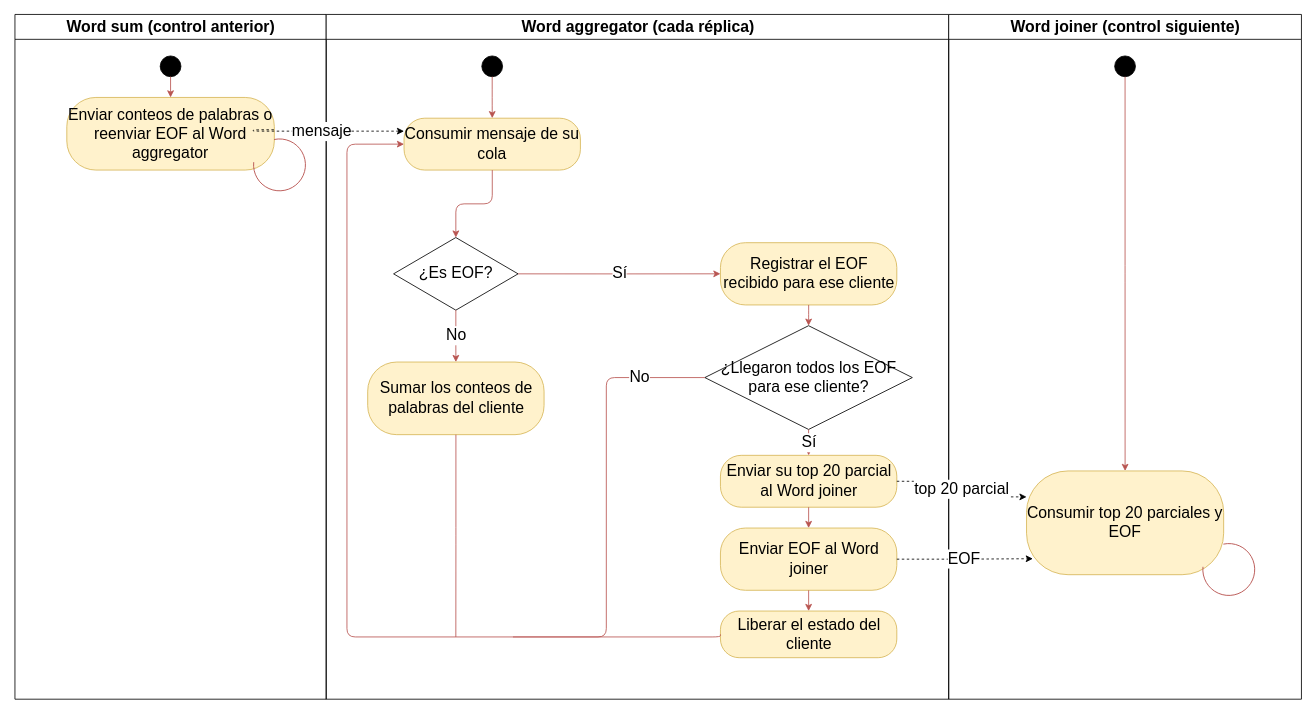
This is diseño/diagramas/actividades.drawio from LuccaMarino/tp-grupal_Distribuidos, a draw.io file, before an edit. Source tidied: cells renumbered, new cells numbered last; positions are measured from the earlier drawing's top-left corner, leaving out a move shared by most shapes. Both pictures are drawn from the tidied source at 83%, with x=0, y=0 at pixel (14, 14).
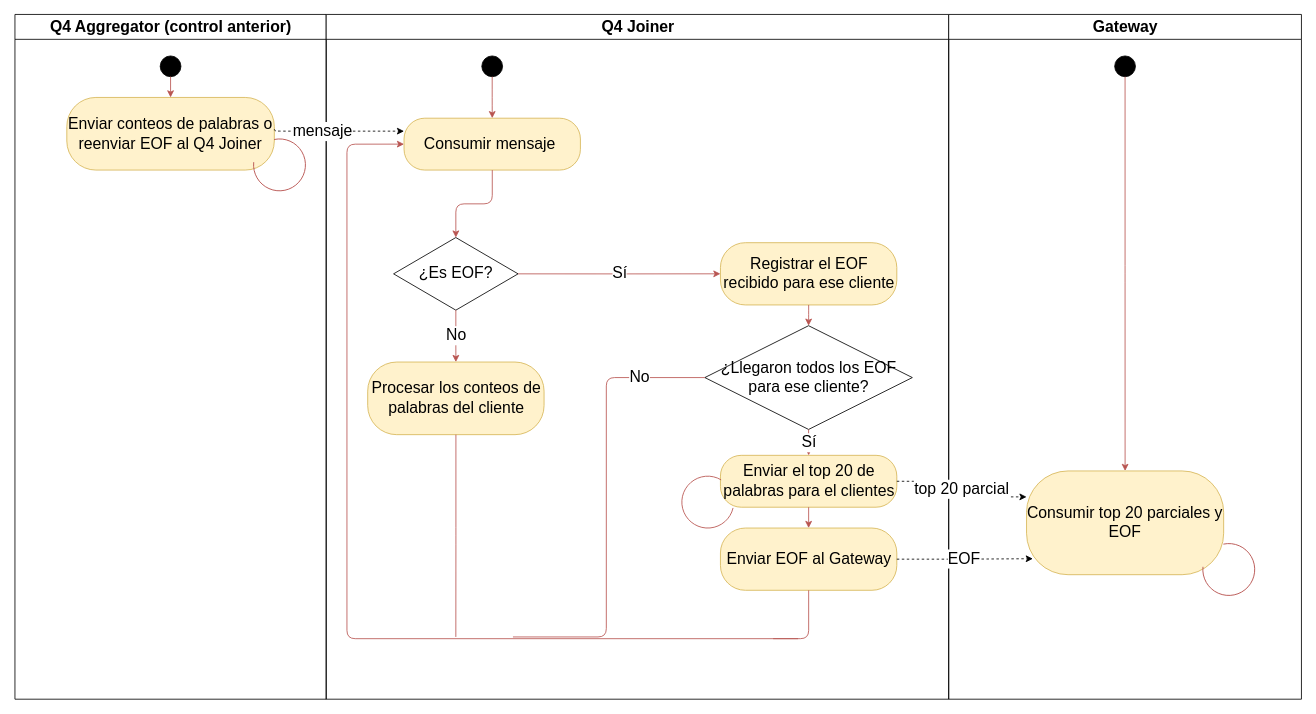
After the change.

Diff of the diagram source:
```diff
@@
-    <mxCell id="2" value="Word sum (control anterior)" style="swimlane;html=1;startSize=30;fontStyle=1;fontSize=19;" parent="1" vertex="1">
-      <mxGeometry x="0.5" y="-0.1" width="375" height="825" as="geometry" />
-    </mxCell>
+    <mxCell id="36" value="Q4 Aggregator (control anterior)" style="swimlane;html=1;startSize=30;fontStyle=1;fontSize=19;" parent="1" vertex="1">
+      <mxGeometry x="0.5" y="-0.1" width="375" height="825" as="geometry" />
+    </mxCell>
-    <mxCell id="3" style="ellipse;fillColor=#000000;strokeColor=#000000;html=1;" parent="2" vertex="1">
+    <mxCell id="3" style="ellipse;fillColor=#000000;strokeColor=#000000;html=1;" parent="36" vertex="1">
       <mxGeometry x="175" y="50" width="25" height="25" as="geometry" />
     </mxCell>
-    <mxCell id="4" value="Enviar conteos de palabras o reenviar EOF al Word aggregator" style="rounded=1;arcSize=40;whiteSpace=wrap;html=1;fillColor=#fff2cc;strokeColor=#d6b656;fontSize=19;" parent="2" vertex="1">
-      <mxGeometry x="62.5" y="100" width="250" height="87.5" as="geometry" />
-    </mxCell>
+    <mxCell id="37" value="Enviar conteos de palabras o reenviar EOF al Q4 Joiner" style="rounded=1;arcSize=40;whiteSpace=wrap;html=1;fillColor=#fff2cc;strokeColor=#d6b656;fontSize=19;" parent="36" vertex="1">
+      <mxGeometry x="62.5" y="100" width="250" height="87.5" as="geometry" />
+    </mxCell>
-    <mxCell id="5" style="shape=mxgraph.basic.arc;html=1;startAngle=0.3;endAngle=0.1;endArrow=classic;endFill=1;rotation=-120;strokeColor=#b85450;" parent="2" vertex="1">
+    <mxCell id="5" style="shape=mxgraph.basic.arc;html=1;startAngle=0.3;endAngle=0.1;endArrow=classic;endFill=1;rotation=-120;strokeColor=#b85450;" parent="36" vertex="1">
       <mxGeometry x="287.5" y="150" width="62.5" height="62.5" as="geometry" />
     </mxCell>
-    <mxCell id="6" value="Word aggregator (cada réplica)" style="swimlane;html=1;startSize=30;fontStyle=1;fontSize=19;" parent="1" vertex="1">
-      <mxGeometry x="375.5" y="-0.1" width="750" height="825" as="geometry" />
-    </mxCell>
-    <mxCell id="7" value="Consumir mensaje de su cola" style="rounded=1;arcSize=40;whiteSpace=wrap;html=1;fillColor=#fff2cc;strokeColor=#d6b656;fontSize=19;" parent="6" vertex="1">
-      <mxGeometry x="93.8" y="125" width="212.5" height="62.5" as="geometry" />
-    </mxCell>
+    <mxCell id="38" value="Q4 Joiner" style="swimlane;html=1;startSize=30;fontStyle=1;fontSize=19;" parent="1" vertex="1">
+      <mxGeometry x="375.5" y="-0.1" width="750" height="825" as="geometry" />
+    </mxCell>
+    <mxCell id="39" value="Consumir mensaje&amp;nbsp;" style="rounded=1;arcSize=40;whiteSpace=wrap;html=1;fillColor=#fff2cc;strokeColor=#d6b656;fontSize=19;" parent="38" vertex="1">
+      <mxGeometry x="93.8" y="125" width="212.5" height="62.5" as="geometry" />
+    </mxCell>
-    <mxCell id="8" value="¿Es EOF?" style="rhombus;whiteSpace=wrap;html=1;fillColor=#ffffff;fontSize=19;" parent="6" vertex="1">
+    <mxCell id="8" value="¿Es EOF?" style="rhombus;whiteSpace=wrap;html=1;fillColor=#ffffff;fontSize=19;" parent="38" vertex="1">
       <mxGeometry x="81.2" y="268.8" width="150" height="87.5" as="geometry" />
     </mxCell>
-    <mxCell id="9" value="Sumar los conteos de palabras del cliente" style="rounded=1;arcSize=40;whiteSpace=wrap;html=1;fillColor=#fff2cc;strokeColor=#d6b656;fontSize=19;" parent="6" vertex="1">
-      <mxGeometry x="50" y="418.8" width="212.5" height="87.5" as="geometry" />
-    </mxCell>
+    <mxCell id="40" value="Procesar los conteos de palabras del cliente" style="rounded=1;arcSize=40;whiteSpace=wrap;html=1;fillColor=#fff2cc;strokeColor=#d6b656;fontSize=19;" parent="38" vertex="1">
+      <mxGeometry x="50" y="418.8" width="212.5" height="87.5" as="geometry" />
+    </mxCell>
-    <mxCell id="10" value="Registrar el EOF recibido para ese cliente" style="rounded=1;arcSize=40;whiteSpace=wrap;html=1;fillColor=#fff2cc;strokeColor=#d6b656;fontSize=19;" parent="6" vertex="1">
+    <mxCell id="10" value="Registrar el EOF recibido para ese cliente" style="rounded=1;arcSize=40;whiteSpace=wrap;html=1;fillColor=#fff2cc;strokeColor=#d6b656;fontSize=19;" parent="38" vertex="1">
       <mxGeometry x="475" y="275" width="212.5" height="75" as="geometry" />
     </mxCell>
-    <mxCell id="11" value="¿Llegaron todos los EOF para ese cliente?" style="rhombus;whiteSpace=wrap;html=1;fillColor=#ffffff;fontSize=19;" parent="6" vertex="1">
+    <mxCell id="11" value="¿Llegaron todos los EOF para ese cliente?" style="rhombus;whiteSpace=wrap;html=1;fillColor=#ffffff;fontSize=19;" parent="38" vertex="1">
       <mxGeometry x="456.2" y="375" width="250" height="125" as="geometry" />
     </mxCell>
-    <mxCell id="12" value="Enviar su top 20 parcial al Word joiner" style="rounded=1;arcSize=40;whiteSpace=wrap;html=1;fillColor=#fff2cc;strokeColor=#d6b656;fontSize=19;" parent="6" vertex="1">
-      <mxGeometry x="475" y="531.2" width="212.5" height="62.5" as="geometry" />
-    </mxCell>
-    <mxCell id="13" value="Enviar EOF al Word joiner" style="rounded=1;arcSize=40;whiteSpace=wrap;html=1;fillColor=#fff2cc;strokeColor=#d6b656;fontSize=19;" parent="6" vertex="1">
-      <mxGeometry x="475" y="618.8" width="212.5" height="75" as="geometry" />
-    </mxCell>
-    <mxCell id="14" value="Liberar el estado del cliente" style="rounded=1;arcSize=40;whiteSpace=wrap;html=1;fillColor=#fff2cc;strokeColor=#d6b656;fontSize=19;" parent="6" vertex="1">
-      <mxGeometry x="475" y="718.8" width="212.5" height="56.2" as="geometry" />
-    </mxCell>
+    <mxCell id="41" value="Enviar el top 20 de palabras para el clientes" style="rounded=1;arcSize=40;whiteSpace=wrap;html=1;fillColor=#fff2cc;strokeColor=#d6b656;fontSize=19;" parent="38" vertex="1">
+      <mxGeometry x="475" y="531.2" width="212.5" height="62.5" as="geometry" />
+    </mxCell>
+    <mxCell id="42" value="Enviar EOF al Gateway" style="rounded=1;arcSize=40;whiteSpace=wrap;html=1;fillColor=#fff2cc;strokeColor=#d6b656;fontSize=19;" parent="38" vertex="1">
+      <mxGeometry x="475" y="618.8" width="212.5" height="75" as="geometry" />
+    </mxCell>
-    <mxCell id="15" style="ellipse;fillColor=#000000;strokeColor=#000000;html=1;" parent="6" vertex="1">
+    <mxCell id="15" style="ellipse;fillColor=#000000;strokeColor=#000000;html=1;" parent="38" vertex="1">
       <mxGeometry x="187.5" y="50" width="25" height="25" as="geometry" />
     </mxCell>
-    <mxCell id="16" style="edgeStyle=orthogonalEdgeStyle;html=1;endArrow=classic;strokeColor=#b85450;exitX=0.5;exitY=1;exitDx=0;exitDy=0;entryX=0.5;entryY=0;entryDx=0;entryDy=0;" parent="6" edge="1" source="15" target="7">
-      <mxGeometry x="0.68" relative="1" as="geometry" />
-    </mxCell>
-    <mxCell id="17" style="edgeStyle=orthogonalEdgeStyle;html=1;endArrow=classic;strokeColor=#b85450;exitX=0;exitY=0.5;entryX=0;entryY=0.5;entryDx=0;entryDy=0;" parent="6" edge="1" source="14" target="7">
-      <mxGeometry x="0.01" relative="1" as="geometry">
-        <Array as="points">
-          <mxPoint x="475" y="750" />
-          <mxPoint x="25" y="750" />
-          <mxPoint x="25" y="156.2" />
-        </Array>
-      </mxGeometry>
-    </mxCell>
-    <mxCell id="18" value="Word joiner (control siguiente)" style="swimlane;html=1;startSize=30;fontStyle=1;fontSize=19;" parent="1" vertex="1">
-      <mxGeometry x="1125.5" y="-0.1" width="425" height="825" as="geometry" />
-    </mxCell>
+    <mxCell id="43" style="edgeStyle=orthogonalEdgeStyle;html=1;endArrow=classic;strokeColor=#b85450;exitX=0.5;exitY=1;exitDx=0;exitDy=0;entryX=0.5;entryY=0;entryDx=0;entryDy=0;" parent="38" edge="1" source="15" target="39">
+      <mxGeometry x="0.68" relative="1" as="geometry" />
+    </mxCell>
+    <mxCell id="44" style="edgeStyle=orthogonalEdgeStyle;html=1;endArrow=classic;strokeColor=#b85450;entryX=0;entryY=0.5;entryDx=0;entryDy=0;" parent="38" edge="1" target="39">
+      <mxGeometry x="0.07" relative="1" as="geometry">
+        <mxPoint x="568.5" y="752.1" as="sourcePoint" />
+        <Array as="points">
+          <mxPoint x="25" y="752.1" />
+          <mxPoint x="25" y="156.3" />
+        </Array>
+      </mxGeometry>
+    </mxCell>
+    <mxCell id="45" style="shape=mxgraph.basic.arc;html=1;startAngle=0.3;endAngle=0.1;endArrow=classic;endFill=1;rotation=-5;strokeColor=#b85450;" parent="38" vertex="1">
+      <mxGeometry x="428.5" y="556.3" width="62.5" height="62.5" as="geometry" />
+    </mxCell>
+    <mxCell id="46" value="Gateway" style="swimlane;html=1;startSize=30;fontStyle=1;fontSize=19;" parent="1" vertex="1">
+      <mxGeometry x="1125.5" y="-0.1" width="425" height="825" as="geometry" />
+    </mxCell>
-    <mxCell id="19" value="Consumir top 20 parciales y EOF" style="rounded=1;arcSize=40;whiteSpace=wrap;html=1;fillColor=#fff2cc;strokeColor=#d6b656;fontSize=19;" parent="18" vertex="1">
+    <mxCell id="19" value="Consumir top 20 parciales y EOF" style="rounded=1;arcSize=40;whiteSpace=wrap;html=1;fillColor=#fff2cc;strokeColor=#d6b656;fontSize=19;" parent="46" vertex="1">
       <mxGeometry x="93.8" y="550" width="237.5" height="125" as="geometry" />
     </mxCell>
-    <mxCell id="20" style="ellipse;fillColor=#000000;strokeColor=#000000;html=1;" parent="18" vertex="1">
+    <mxCell id="20" style="ellipse;fillColor=#000000;strokeColor=#000000;html=1;" parent="46" vertex="1">
       <mxGeometry x="200" y="50" width="25" height="25" as="geometry" />
     </mxCell>
-    <mxCell id="21" style="edgeStyle=orthogonalEdgeStyle;html=1;endArrow=classic;strokeColor=#b85450;exitX=0.5;exitY=1;exitDx=0;exitDy=0;entryX=0.5;entryY=0;entryDx=0;entryDy=0;" parent="18" edge="1" source="20" target="19">
+    <mxCell id="21" style="edgeStyle=orthogonalEdgeStyle;html=1;endArrow=classic;strokeColor=#b85450;exitX=0.5;exitY=1;exitDx=0;exitDy=0;entryX=0.5;entryY=0;entryDx=0;entryDy=0;" parent="46" edge="1" source="20" target="19">
       <mxGeometry x="0.58" relative="1" as="geometry" />
     </mxCell>
-    <mxCell id="22" style="shape=mxgraph.basic.arc;html=1;startAngle=0.3;endAngle=0.1;endArrow=classic;endFill=1;rotation=-120;strokeColor=#b85450;" parent="18" vertex="1">
+    <mxCell id="22" style="shape=mxgraph.basic.arc;html=1;startAngle=0.3;endAngle=0.1;endArrow=classic;endFill=1;rotation=-120;strokeColor=#b85450;" parent="46" vertex="1">
       <mxGeometry x="306.2" y="637.5" width="62.5" height="62.5" as="geometry" />
     </mxCell>
-    <mxCell id="23" style="edgeStyle=orthogonalEdgeStyle;html=1;endArrow=classic;strokeColor=#b85450;" parent="1" edge="1" source="3" target="4">
-      <mxGeometry relative="1" as="geometry" />
-    </mxCell>
-    <mxCell id="24" style="edgeStyle=orthogonalEdgeStyle;html=1;endArrow=classic;strokeColor=#b85450;" parent="1" edge="1" source="7" target="8">
-      <mxGeometry relative="1" as="geometry" />
-    </mxCell>
+    <mxCell id="47" style="edgeStyle=orthogonalEdgeStyle;html=1;endArrow=classic;strokeColor=#b85450;" parent="1" edge="1" source="3" target="37">
+      <mxGeometry relative="1" as="geometry" />
+    </mxCell>
+    <mxCell id="48" style="edgeStyle=orthogonalEdgeStyle;html=1;endArrow=classic;strokeColor=#b85450;" parent="1" edge="1" source="39" target="8">
+      <mxGeometry relative="1" as="geometry" />
+    </mxCell>
-    <mxCell id="25" value="No" style="edgeStyle=orthogonalEdgeStyle;html=1;endArrow=classic;strokeColor=#b85450;exitX=0.5;exitY=1;entryX=0.5;entryY=0;fontSize=19;" parent="1" edge="1" source="8" target="9">
+    <mxCell id="25" value="No" style="edgeStyle=orthogonalEdgeStyle;html=1;endArrow=classic;strokeColor=#b85450;exitX=0.5;exitY=1;entryX=0.5;entryY=0;fontSize=19;" parent="1" edge="1" source="8" target="40">
       <mxGeometry relative="1" as="geometry" />
     </mxCell>
@@
-    <mxCell id="28" value="Sí" style="edgeStyle=orthogonalEdgeStyle;html=1;endArrow=classic;strokeColor=#b85450;fontSize=19;" parent="1" edge="1" source="11" target="12">
+    <mxCell id="28" value="Sí" style="edgeStyle=orthogonalEdgeStyle;html=1;endArrow=classic;strokeColor=#b85450;fontSize=19;" parent="1" edge="1" source="11" target="41">
       <mxGeometry relative="1" as="geometry" />
     </mxCell>
@@
-    <mxCell id="30" style="edgeStyle=orthogonalEdgeStyle;html=1;endArrow=classic;strokeColor=#b85450;" parent="1" edge="1" source="12" target="13">
-      <mxGeometry relative="1" as="geometry" />
-    </mxCell>
-    <mxCell id="31" style="edgeStyle=orthogonalEdgeStyle;html=1;endArrow=classic;strokeColor=#b85450;" parent="1" edge="1" source="13" target="14">
-      <mxGeometry relative="1" as="geometry" />
-    </mxCell>
-    <mxCell id="32" style="edgeStyle=orthogonalEdgeStyle;html=1;endArrow=none;strokeColor=#b85450;endFill=0;" parent="1" edge="1" source="9">
-      <mxGeometry relative="1" as="geometry">
-        <mxPoint x="531.7" y="749.9" as="targetPoint" />
-      </mxGeometry>
-    </mxCell>
+    <mxCell id="49" style="edgeStyle=orthogonalEdgeStyle;html=1;endArrow=classic;strokeColor=#b85450;" parent="1" edge="1" source="41" target="42">
+      <mxGeometry relative="1" as="geometry" />
+    </mxCell>
+    <mxCell id="50" style="edgeStyle=orthogonalEdgeStyle;html=1;endArrow=none;strokeColor=#b85450;endFill=0;" parent="1" edge="1" source="42">
+      <mxGeometry x="-0.74" relative="1" as="geometry">
+        <mxPoint x="914" y="752" as="targetPoint" />
+        <Array as="points">
+          <mxPoint x="956.8" y="752" />
+        </Array>
+      </mxGeometry>
+    </mxCell>
+    <mxCell id="51" style="edgeStyle=orthogonalEdgeStyle;html=1;endArrow=none;strokeColor=#b85450;endFill=0;" parent="1" edge="1" source="40">
+      <mxGeometry relative="1" as="geometry">
+        <mxPoint x="531.7" y="749.9" as="targetPoint" />
+      </mxGeometry>
+    </mxCell>
-    <mxCell id="33" value="mensaje" style="edgeStyle=orthogonalEdgeStyle;html=1;endArrow=classic;dashed=1;exitX=0.998;exitY=0.445;entryX=0;entryY=0.25;entryDx=0;entryDy=0;exitDx=0;exitDy=0;exitPerimeter=0;fontSize=19;" parent="1" edge="1" source="4" target="7">
-      <mxGeometry x="0.05" relative="1" as="geometry">
+    <mxCell id="33" value="mensaje" style="edgeStyle=orthogonalEdgeStyle;html=1;endArrow=classic;dashed=1;exitX=0.998;exitY=0.445;entryX=0;entryY=0.25;entryDx=0;entryDy=0;exitDx=0;exitDy=0;exitPerimeter=0;fontSize=19;" parent="1" edge="1" source="37" target="39">
+      <mxGeometry x="-0.24" relative="1" as="geometry">
         <Array as="points">
-          <mxPoint x="287.5" y="140.5" />
+          <mxPoint x="314" y="138.9" />
+          <mxPoint x="314" y="140.5" />
         </Array>
       </mxGeometry>
     </mxCell>
-    <mxCell id="34" value="top 20 parcial" style="edgeStyle=orthogonalEdgeStyle;html=1;endArrow=classic;dashed=1;exitX=1;exitY=0.5;entryX=0;entryY=0.25;fontSize=19;" parent="1" edge="1" source="12" target="19">
+    <mxCell id="34" value="top 20 parcial" style="edgeStyle=orthogonalEdgeStyle;html=1;endArrow=classic;dashed=1;exitX=1;exitY=0.5;entryX=0;entryY=0.25;fontSize=19;" parent="1" edge="1" source="41" target="19">
       <mxGeometry relative="1" as="geometry" />
     </mxCell>
-    <mxCell id="35" value="EOF" style="edgeStyle=orthogonalEdgeStyle;html=1;endArrow=classic;dashed=1;exitX=1;exitY=0.5;entryX=0.032;entryY=0.846;entryDx=0;entryDy=0;entryPerimeter=0;fontSize=19;" parent="1" edge="1" source="13" target="19">
+    <mxCell id="35" value="EOF" style="edgeStyle=orthogonalEdgeStyle;html=1;endArrow=classic;dashed=1;exitX=1;exitY=0.5;entryX=0.032;entryY=0.846;entryDx=0;entryDy=0;entryPerimeter=0;fontSize=19;" parent="1" edge="1" source="42" target="19">
       <mxGeometry relative="1" as="geometry" />
     </mxCell>
```
